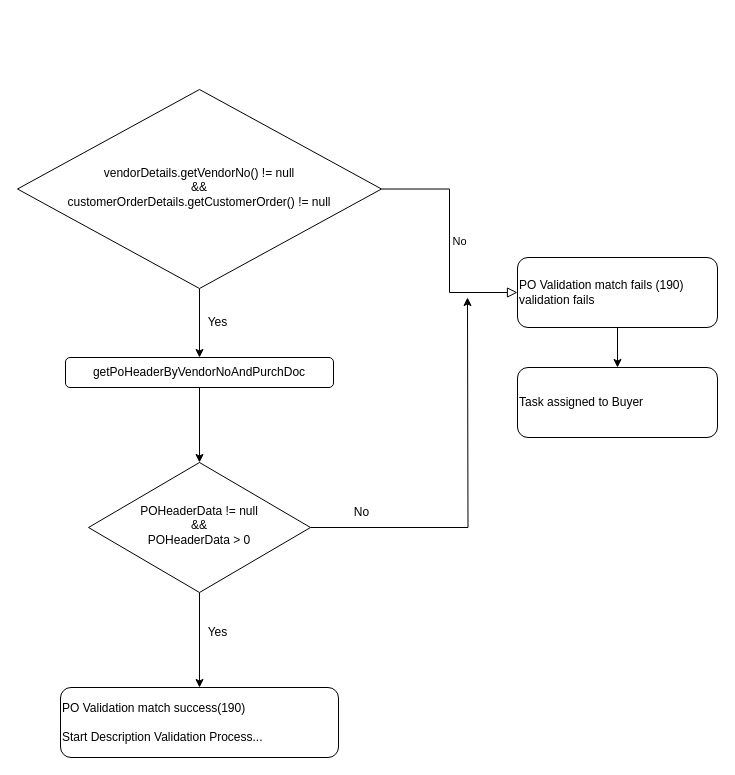
This is page "PO Validation 190" (4 of 9) of Invoice management/IMA Validation technical Diagram.drawio from pratikdimble/Diagram, a draw.io file, before an edit. Source tidied: cells renumbered, new cells numbered last; positions are measured from the earlier drawing's top-left corner, leaving out a move shared by most shapes. Both pictures are drawn from the tidied source at 100%, with x=0, y=0 at pixel (17, 89).
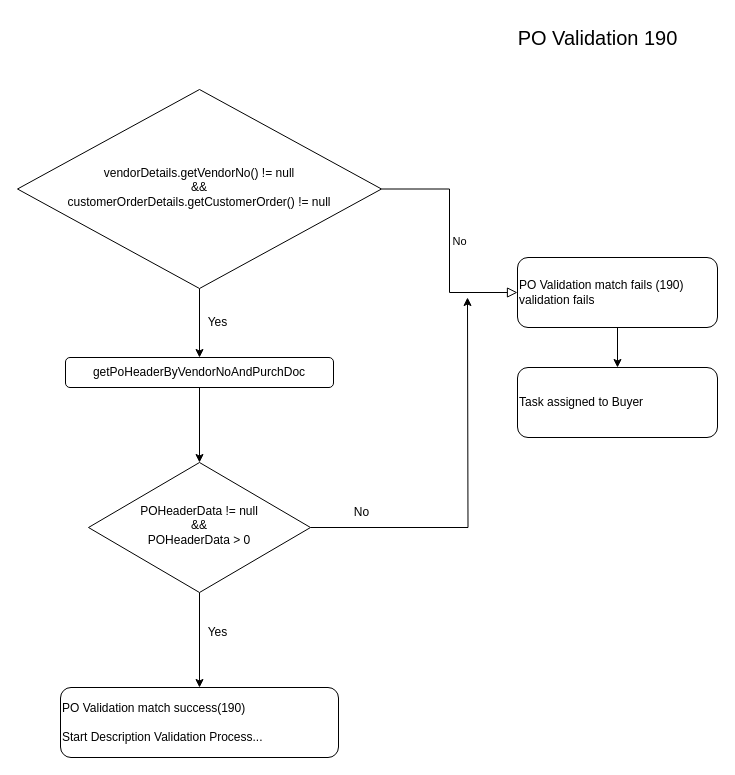
Above is the later version.

What changed in the source:
```diff
@@
 <mxGraphModel>
   <root>
     <mxCell id="0" />
     <mxCell id="1" parent="0" />
     <mxCell id="2" value="No" style="edgeStyle=orthogonalEdgeStyle;rounded=0;html=1;jettySize=auto;fontSize=11;endArrow=block;endFill=0;endSize=8;strokeWidth=1;shadow=0;labelBackgroundColor=none;" parent="1" edge="1" source="4" target="6">
       <mxGeometry y="10" relative="1" as="geometry" />
     </mxCell>
     <mxCell id="3" style="edgeStyle=orthogonalEdgeStyle;rounded=0;jettySize=auto;html=1;exitX=0.5;exitY=1;exitDx=0;exitDy=0;entryX=0.5;entryY=0;entryDx=0;entryDy=0;" parent="1" edge="1" source="4" target="14">
       <mxGeometry relative="1" as="geometry" />
     </mxCell>
     <mxCell id="4" value="vendorDetails.getVendorNo() != null &lt;br&gt;&amp;amp;&amp;amp; &lt;br&gt;&lt;div style=&quot;&quot;&gt;&lt;span style=&quot;background-color: initial;&quot;&gt;customerOrderDetails.getCustomerOrder() != null&lt;/span&gt;&lt;/div&gt;" style="rhombus;whiteSpace=wrap;html=1;shadow=0;fontFamily=Helvetica;fontSize=12;align=center;strokeWidth=1;spacing=6;spacingTop=-4;horizontal=1;verticalAlign=middle;labelPosition=center;verticalLabelPosition=middle;" parent="1" vertex="1">
       <mxGeometry width="364" height="199" as="geometry" />
     </mxCell>
     <mxCell id="5" style="edgeStyle=orthogonalEdgeStyle;rounded=0;jettySize=auto;html=1;" parent="1" edge="1" source="6" target="16">
       <mxGeometry relative="1" as="geometry" />
     </mxCell>
     <mxCell id="6" value="PO Validation match fails (190)&lt;br&gt;validation fails" style="rounded=1;whiteSpace=wrap;html=1;fontSize=12;glass=0;strokeWidth=1;shadow=0;align=left;" parent="1" vertex="1">
       <mxGeometry x="500" y="168" width="200" height="70" as="geometry" />
     </mxCell>
     <mxCell id="7" value="No" style="text;html=1;align=center;verticalAlign=middle;strokeColor=none;fillColor=none;" parent="1" vertex="1">
       <mxGeometry x="200" y="408" width="40" height="30" as="geometry" />
     </mxCell>
     <mxCell id="8" value="PO Validation&amp;nbsp;match success(190)&lt;br&gt;&lt;br&gt;Start Description Validation Process..." style="rounded=1;whiteSpace=wrap;html=1;fontSize=12;glass=0;strokeWidth=1;shadow=0;align=left;" parent="1" vertex="1">
       <mxGeometry x="43" y="598" width="278" height="70" as="geometry" />
     </mxCell>
     <mxCell id="9" value="Yes" style="text;html=1;align=center;verticalAlign=middle;strokeColor=none;fillColor=none;" parent="1" vertex="1">
       <mxGeometry x="180" y="218" width="40" height="30" as="geometry" />
     </mxCell>
     <mxCell id="10" style="edgeStyle=orthogonalEdgeStyle;rounded=0;jettySize=auto;html=1;" parent="1" edge="1" source="12" target="8">
       <mxGeometry relative="1" as="geometry" />
     </mxCell>
     <mxCell id="11" style="edgeStyle=orthogonalEdgeStyle;rounded=0;jettySize=auto;html=1;exitX=1;exitY=0.5;exitDx=0;exitDy=0;" parent="1" edge="1" source="12">
       <mxGeometry relative="1" as="geometry">
         <mxPoint x="450" y="208" as="targetPoint" />
       </mxGeometry>
     </mxCell>
     <mxCell id="12" value="POHeaderData != null&lt;br&gt;&amp;amp;&amp;amp;&lt;br&gt;POHeaderData &amp;gt; 0" style="rhombus;whiteSpace=wrap;html=1;shadow=0;fontFamily=Helvetica;fontSize=12;align=center;strokeWidth=1;spacing=6;spacingTop=-4;" parent="1" vertex="1">
       <mxGeometry x="71" y="373" width="222" height="130" as="geometry" />
     </mxCell>
     <mxCell id="13" style="edgeStyle=orthogonalEdgeStyle;rounded=0;jettySize=auto;html=1;" parent="1" edge="1" source="14" target="12">
       <mxGeometry relative="1" as="geometry" />
     </mxCell>
     <mxCell id="14" value="getPoHeaderByVendorNoAndPurchDoc" style="rounded=1;whiteSpace=wrap;html=1;fontSize=12;glass=0;strokeWidth=1;shadow=0;" parent="1" vertex="1">
       <mxGeometry x="48" y="268" width="268" height="30" as="geometry" />
     </mxCell>
     <mxCell id="15" value="Yes" style="text;html=1;align=center;verticalAlign=middle;strokeColor=none;fillColor=none;" parent="1" vertex="1">
       <mxGeometry x="180" y="528" width="40" height="30" as="geometry" />
     </mxCell>
     <mxCell id="16" value="Task assigned to Buyer" style="rounded=1;whiteSpace=wrap;html=1;fontSize=12;glass=0;strokeWidth=1;shadow=0;align=left;" parent="1" vertex="1">
       <mxGeometry x="500" y="278" width="200" height="70" as="geometry" />
     </mxCell>
     <mxCell id="17" value="No" style="text;html=1;align=center;verticalAlign=middle;strokeColor=none;fillColor=none;" parent="1" vertex="1">
       <mxGeometry x="324" y="408" width="40" height="30" as="geometry" />
     </mxCell>
+    <mxCell id="18" value="PO Validation 190" style="text;html=1;align=center;verticalAlign=middle;strokeColor=none;fillColor=none;fontSize=20;" parent="1" vertex="1">
+      <mxGeometry x="490" y="-72" width="180" height="40" as="geometry" />
+    </mxCell>
   </root>
 </mxGraphModel>
```
